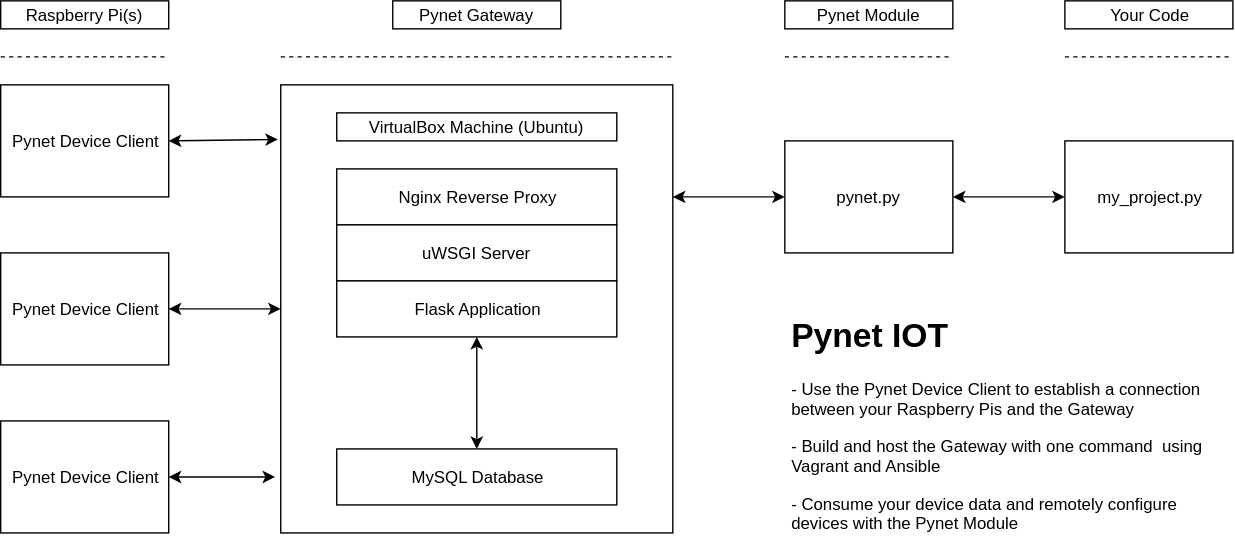
The draw.io diagram images/pynet.svg in nickmpaz/pynet-user-guide, before a commit. Source tidied: cells renumbered, new cells last; positions are measured from the earlier drawing's top-left corner, leaving out a move shared by most shapes.
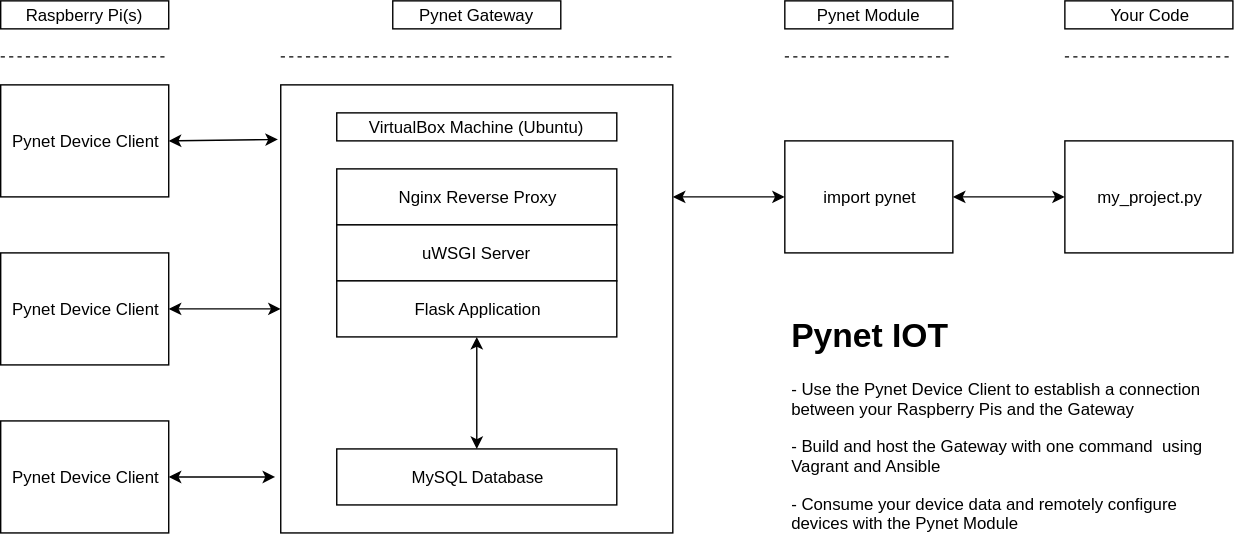
After the change.

The edit, as a diff of the source:
```diff
@@ -50,7 +50,7 @@
     <mxCell id="17" style="endArrow=classic;startArrow=classic;html=1;entryX=0.5;entryY=1;entryDx=0;entryDy=0;exitX=0.5;exitY=0;exitDx=0;exitDy=0;" parent="1" edge="1" source="16" target="15">
       <mxGeometry relative="1" as="geometry" />
     </mxCell>
-    <mxCell id="18" value="pynet.py" style="rounded=0;whiteSpace=wrap;html=1;" parent="1" vertex="1">
+    <mxCell id="18" value="import pynet" style="rounded=0;whiteSpace=wrap;html=1;" parent="1" vertex="1">
       <mxGeometry x="560" y="100" width="120" height="80" as="geometry" />
     </mxCell>
     <mxCell id="19" value="Pynet Module&lt;br&gt;" style="rounded=0;whiteSpace=wrap;html=1;" parent="1" vertex="1">
```
